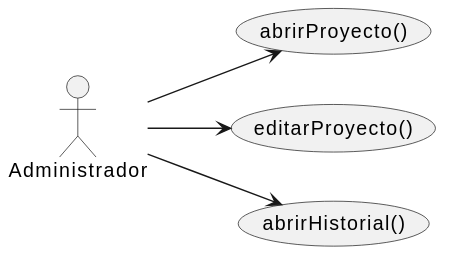
Before: images/01-actores-casos-uso/dimension-proyecto/actores-casos-uso.svg, a diagram exported from PlantUML (Angelo2272/26-27-IdSw1-SDR).
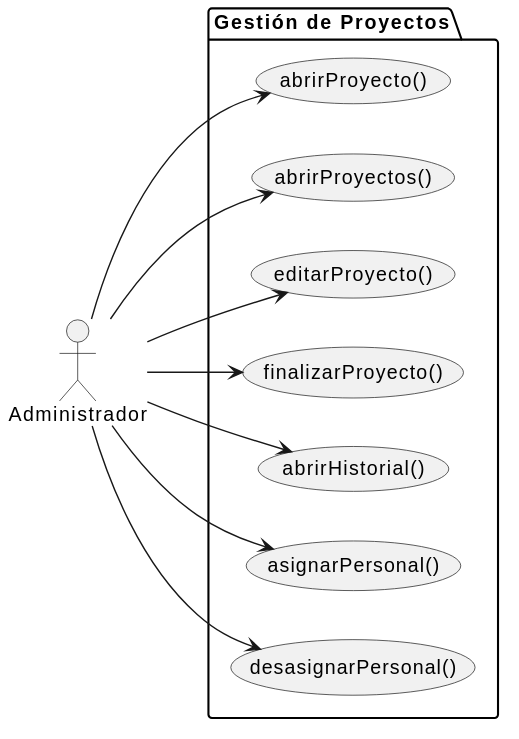
Later version of the same file.

Commit message:
feat/agregar casos de uso necesarios en la gestión de proyectos

Diff of the diagram source:
```diff
@@ -3,11 +3,21 @@
 
 actor Administrador as admin
 
-usecase "abrirProyecto()" as UC1
-usecase "editarProyecto()" as UC2
-usecase "abrirHistorial()" as UC3
+package "Gestión de Proyectos"{
+  usecase "abrirProyecto()" as abrirProyecto
+  usecase "abrirProyectos()" as abrirProyectos
+  usecase "editarProyecto()" as editarProyecto
+  usecase "finalizarProyecto()" as finalizarProyecto
+  usecase "abrirHistorial()" as abrirHistorial
+  usecase "asignarPersonal()" as asignarPersonal
+  usecase "desasignarPersonal()" as desasignarPersonal
+}
 
-admin --> UC1
-admin --> UC2
-admin --> UC3
+admin --> abrirProyecto
+admin --> abrirProyectos
+admin --> editarProyecto
+admin --> finalizarProyecto
+admin --> abrirHistorial
+admin --> asignarPersonal
+admin --> desasignarPersonal
 @enduml
```
